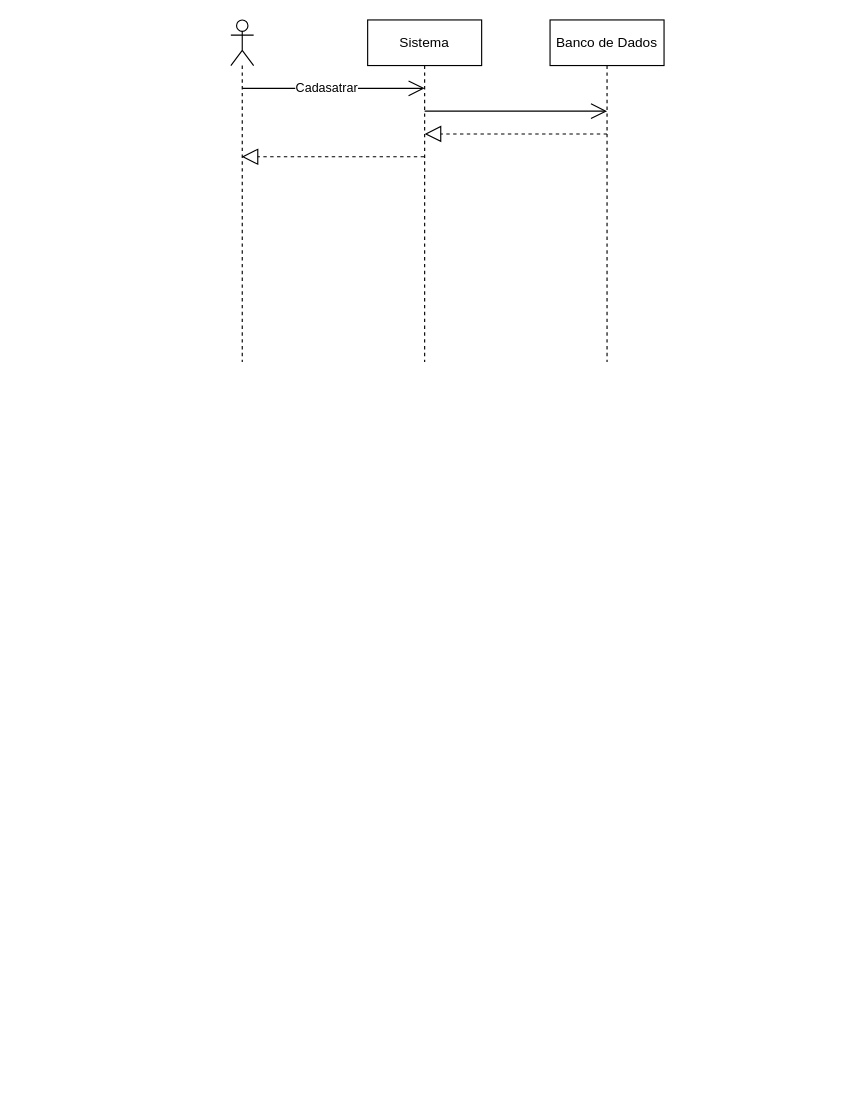
Above: page "Cadastrar Funcionário" (2 of 22) of diagramas/sequencias.drawio in lauraesilva-design/SistemaGest-o-Escolar (draw.io), before the change. Source tidied: cells renumbered, new cells numbered last; positions are measured from the earlier drawing's top-left corner, leaving out a move shared by most shapes. Both pictures are drawn from the tidied source at 114%, with x=0, y=0 at pixel (230, 19).
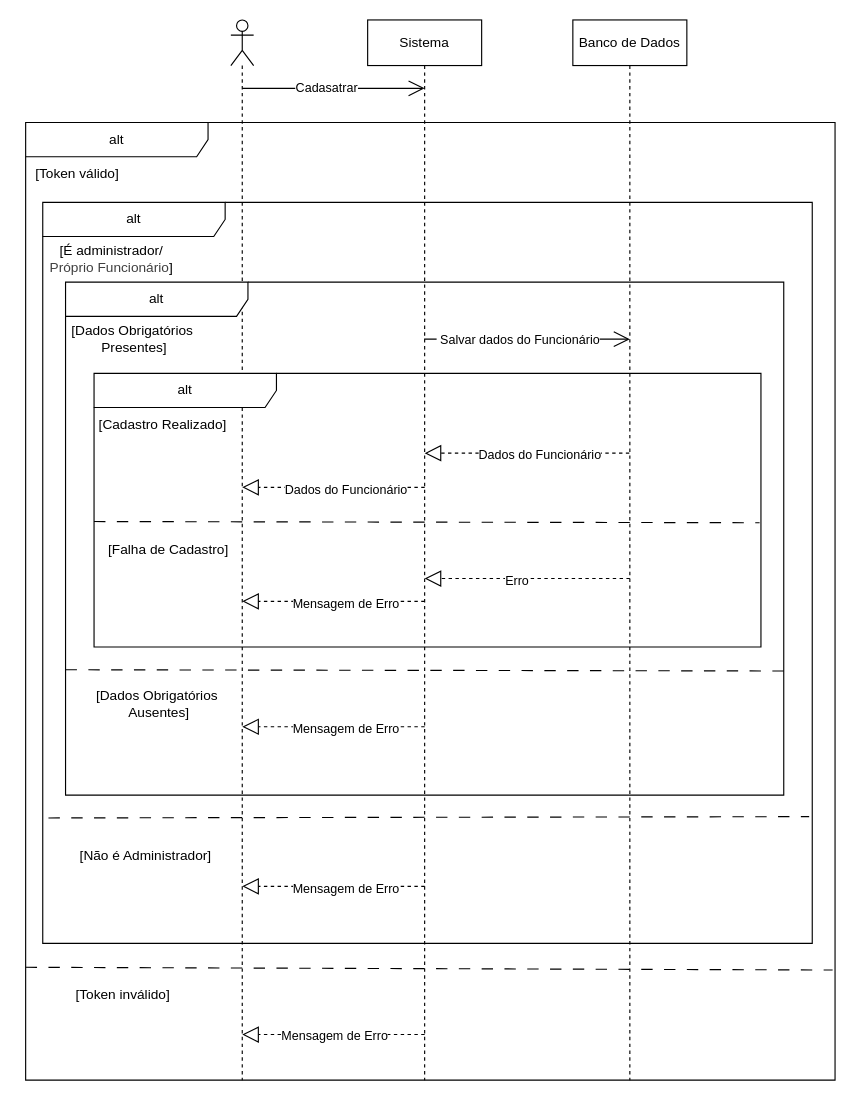
The same page after the edit.

The edit, as a diff of the source:
```diff
@@
     <mxCell id="2" style="shape=umlLifeline;perimeter=lifelinePerimeter;whiteSpace=wrap;html=1;outlineConnect=0;portConstraint=eastwest;newEdgeStyle={&quot;curved&quot;:0,&quot;rounded&quot;:0};participant=umlActor;" parent="1" vertex="1">
-      <mxGeometry width="20" height="300" as="geometry" />
+      <mxGeometry width="20" height="930" as="geometry" />
     </mxCell>
     <mxCell id="3" value="Sistema" style="shape=umlLifeline;perimeter=lifelinePerimeter;whiteSpace=wrap;html=1;outlineConnect=0;portConstraint=eastwest;newEdgeStyle={&quot;curved&quot;:0,&quot;rounded&quot;:0};" parent="1" vertex="1">
-      <mxGeometry x="120" width="100" height="300" as="geometry" />
+      <mxGeometry x="120" width="100" height="930" as="geometry" />
     </mxCell>
     <mxCell id="4" value="Banco de Dados" style="shape=umlLifeline;perimeter=lifelinePerimeter;whiteSpace=wrap;html=1;outlineConnect=0;portConstraint=eastwest;newEdgeStyle={&quot;curved&quot;:0,&quot;rounded&quot;:0};" parent="1" vertex="1">
-      <mxGeometry x="280" width="100" height="300" as="geometry" />
+      <mxGeometry x="300" width="100" height="930" as="geometry" />
     </mxCell>
@@
-    <mxCell id="7" style="endArrow=open;endFill=1;endSize=12;html=1;" parent="1" edge="1">
-      <mxGeometry relative="1" as="geometry">
-        <mxPoint x="170" y="80" as="sourcePoint" />
-        <mxPoint x="330" y="80" as="targetPoint" />
-      </mxGeometry>
-    </mxCell>
-    <mxCell id="8" style="endArrow=block;dashed=1;endFill=0;endSize=12;html=1;" parent="1" edge="1">
-      <mxGeometry relative="1" as="geometry">
-        <mxPoint x="330" y="100" as="sourcePoint" />
-        <mxPoint x="170" y="100" as="targetPoint" />
-      </mxGeometry>
-    </mxCell>
+    <mxCell id="10" value="alt" style="shape=umlFrame;whiteSpace=wrap;html=1;width=160;" parent="1" vertex="1">
+      <mxGeometry x="-180" y="90" width="710" height="840" as="geometry" />
+    </mxCell>
+    <mxCell id="11" value="[Token válido]" style="text;html=1;align=center;verticalAlign=middle;strokeColor=none;fillColor=none;" parent="10" vertex="1">
+      <mxGeometry x="-5" y="30" width="100" height="30" as="geometry" />
+    </mxCell>
+    <mxCell id="12" value="alt" style="shape=umlFrame;whiteSpace=wrap;html=1;width=160;" parent="10" vertex="1">
+      <mxGeometry x="15" y="70" width="675" height="650" as="geometry" />
+    </mxCell>
+    <mxCell id="13" value="alt" style="shape=umlFrame;whiteSpace=wrap;html=1;width=160;" parent="12" vertex="1">
+      <mxGeometry x="20" y="70" width="630" height="450" as="geometry" />
+    </mxCell>
+    <mxCell id="14" value="[Dados Obrigatórios&amp;nbsp;&lt;div&gt;Presentes]&lt;/div&gt;" style="text;html=1;align=center;verticalAlign=middle;strokeColor=none;fillColor=none;" parent="13" vertex="1">
+      <mxGeometry x="-5" y="30" width="130" height="40" as="geometry" />
+    </mxCell>
+    <mxCell id="15" value="alt" style="shape=umlFrame;whiteSpace=wrap;html=1;width=160;" parent="13" vertex="1">
+      <mxGeometry x="25" y="80" width="585" height="240" as="geometry" />
+    </mxCell>
+    <mxCell id="16" value="[Cadastro Realizado]" style="text;html=1;align=center;verticalAlign=middle;strokeColor=none;fillColor=none;" parent="15" vertex="1">
+      <mxGeometry x="-10" y="30" width="140" height="30" as="geometry" />
+    </mxCell>
+    <mxCell id="17" style="endArrow=open;endFill=1;endSize=12;html=1;" parent="15" edge="1" source="3">
+      <mxGeometry relative="1" as="geometry">
+        <mxPoint x="470" y="-30" as="targetPoint" />
+      </mxGeometry>
+    </mxCell>
+    <mxCell id="18" value="&amp;nbsp;Salvar dados do Funcionário" style="edgeLabel;html=1;align=center;verticalAlign=middle;" parent="17" vertex="1">
+      <mxGeometry x="-0.17" relative="1" as="geometry">
+        <mxPoint x="7" as="offset" />
+      </mxGeometry>
+    </mxCell>
-    <mxCell id="9" style="endArrow=block;dashed=1;endFill=0;endSize=12;html=1;" parent="1" edge="1" source="3" target="2">
+    <mxCell id="9" style="endArrow=block;dashed=1;endFill=0;endSize=12;html=1;" parent="15" edge="1" source="4">
       <mxGeometry relative="1" as="geometry">
+        <mxPoint x="290" y="70" as="targetPoint" />
         <Array as="points">
-          <mxPoint x="120" y="120" />
+          <mxPoint x="400.5" y="70" />
         </Array>
       </mxGeometry>
     </mxCell>
+    <mxCell id="19" value="Dados do Funcionário" style="edgeLabel;html=1;align=center;verticalAlign=middle;" parent="9" vertex="1">
+      <mxGeometry x="0.06" y="1" relative="1" as="geometry">
+        <mxPoint x="16" as="offset" />
+      </mxGeometry>
+    </mxCell>
+    <mxCell id="20" style="endArrow=block;dashed=1;endFill=0;endSize=12;html=1;" parent="15" edge="1">
+      <mxGeometry relative="1" as="geometry">
+        <mxPoint x="290" y="100" as="sourcePoint" />
+        <mxPoint x="130" y="100" as="targetPoint" />
+        <Array as="points">
+          <mxPoint x="240.5" y="100" />
+        </Array>
+      </mxGeometry>
+    </mxCell>
+    <mxCell id="21" value="Dados do Funcionário" style="edgeLabel;html=1;align=center;verticalAlign=middle;" parent="20" vertex="1">
+      <mxGeometry x="0.06" y="1" relative="1" as="geometry">
+        <mxPoint x="15" as="offset" />
+      </mxGeometry>
+    </mxCell>
+    <mxCell id="22" style="endArrow=none;startArrow=none;endFill=0;startFill=0;endSize=8;html=1;verticalAlign=bottom;dashed=1;labelBackgroundColor=none;dashPattern=10 10;entryX=0.998;entryY=0.546;entryDx=0;entryDy=0;entryPerimeter=0;" parent="15" edge="1" target="15">
+      <mxGeometry relative="1" as="geometry">
+        <mxPoint y="130" as="sourcePoint" />
+      </mxGeometry>
+    </mxCell>
+    <mxCell id="23" value="[Falha de Cadastro]" style="text;html=1;align=center;verticalAlign=middle;strokeColor=none;fillColor=none;" parent="15" vertex="1">
+      <mxGeometry y="140" width="130" height="30" as="geometry" />
+    </mxCell>
+    <mxCell id="24" style="endArrow=block;dashed=1;endFill=0;endSize=12;html=1;" parent="15" edge="1">
+      <mxGeometry relative="1" as="geometry">
+        <mxPoint x="470" y="180" as="sourcePoint" />
+        <mxPoint x="290" y="180" as="targetPoint" />
+        <Array as="points">
+          <mxPoint x="400.5" y="180" />
+        </Array>
+      </mxGeometry>
+    </mxCell>
+    <mxCell id="25" value="Erro" style="edgeLabel;html=1;align=center;verticalAlign=middle;" parent="24" vertex="1">
+      <mxGeometry x="0.06" y="1" relative="1" as="geometry">
+        <mxPoint x="-5" as="offset" />
+      </mxGeometry>
+    </mxCell>
+    <mxCell id="26" style="endArrow=block;dashed=1;endFill=0;endSize=12;html=1;" parent="15" edge="1">
+      <mxGeometry relative="1" as="geometry">
+        <mxPoint x="290" y="200" as="sourcePoint" />
+        <mxPoint x="130" y="200" as="targetPoint" />
+        <Array as="points">
+          <mxPoint x="240.5" y="200" />
+        </Array>
+      </mxGeometry>
+    </mxCell>
+    <mxCell id="27" value="Mensagem de Erro" style="edgeLabel;html=1;align=center;verticalAlign=middle;" parent="26" vertex="1">
+      <mxGeometry x="0.06" y="1" relative="1" as="geometry">
+        <mxPoint x="15" as="offset" />
+      </mxGeometry>
+    </mxCell>
+    <mxCell id="28" style="endArrow=none;startArrow=none;endFill=0;startFill=0;endSize=8;html=1;verticalAlign=bottom;dashed=1;labelBackgroundColor=none;dashPattern=10 10;entryX=1.003;entryY=0.758;entryDx=0;entryDy=0;entryPerimeter=0;" parent="13" edge="1" target="13">
+      <mxGeometry relative="1" as="geometry">
+        <mxPoint y="340" as="sourcePoint" />
+      </mxGeometry>
+    </mxCell>
+    <mxCell id="29" value="[Dados Obrigatórios&lt;div&gt;&amp;nbsp;Ausentes]&lt;/div&gt;" style="text;html=1;align=center;verticalAlign=middle;strokeColor=none;fillColor=none;" parent="13" vertex="1">
+      <mxGeometry x="15" y="350" width="130" height="40" as="geometry" />
+    </mxCell>
+    <mxCell id="30" style="endArrow=block;dashed=1;endFill=0;endSize=12;html=1;" parent="13" edge="1">
+      <mxGeometry relative="1" as="geometry">
+        <mxPoint x="315" y="390" as="sourcePoint" />
+        <mxPoint x="155" y="390" as="targetPoint" />
+        <Array as="points">
+          <mxPoint x="265.5" y="390" />
+        </Array>
+      </mxGeometry>
+    </mxCell>
+    <mxCell id="31" value="Mensagem de Erro" style="edgeLabel;html=1;align=center;verticalAlign=middle;" parent="30" vertex="1">
+      <mxGeometry x="0.06" y="1" relative="1" as="geometry">
+        <mxPoint x="15" as="offset" />
+      </mxGeometry>
+    </mxCell>
+    <mxCell id="32" value="[É administrador/&lt;br&gt;&lt;div&gt;&lt;span style=&quot;color: rgb(63, 63, 63); text-align: left; background-color: transparent;&quot;&gt;Próprio Funcionário&lt;/span&gt;]&lt;/div&gt;" style="text;html=1;align=center;verticalAlign=middle;strokeColor=none;fillColor=none;" parent="12" vertex="1">
+      <mxGeometry x="-5" y="30" width="130" height="40" as="geometry" />
+    </mxCell>
+    <mxCell id="33" style="endArrow=block;dashed=1;endFill=0;endSize=12;html=1;" parent="12" edge="1">
+      <mxGeometry relative="1" as="geometry">
+        <mxPoint x="335" y="600" as="sourcePoint" />
+        <mxPoint x="175" y="600" as="targetPoint" />
+        <Array as="points">
+          <mxPoint x="285.5" y="600" />
+        </Array>
+      </mxGeometry>
+    </mxCell>
+    <mxCell id="34" value="Mensagem de Erro" style="edgeLabel;html=1;align=center;verticalAlign=middle;" parent="33" vertex="1">
+      <mxGeometry x="0.06" y="1" relative="1" as="geometry">
+        <mxPoint x="15" as="offset" />
+      </mxGeometry>
+    </mxCell>
+    <mxCell id="35" value="[Não é Administrador]" style="text;html=1;align=center;verticalAlign=middle;strokeColor=none;fillColor=none;" parent="12" vertex="1">
+      <mxGeometry x="20" y="558" width="140" height="30" as="geometry" />
+    </mxCell>
+    <mxCell id="36" style="endArrow=block;dashed=1;endFill=0;endSize=12;html=1;" parent="10" edge="1">
+      <mxGeometry relative="1" as="geometry">
+        <mxPoint x="350" y="800" as="sourcePoint" />
+        <mxPoint x="190" y="800" as="targetPoint" />
+        <Array as="points">
+          <mxPoint x="300.5" y="800" />
+        </Array>
+      </mxGeometry>
+    </mxCell>
+    <mxCell id="37" value="Mensagem de Erro" style="edgeLabel;html=1;align=center;verticalAlign=middle;" parent="36" vertex="1">
+      <mxGeometry x="0.06" y="1" relative="1" as="geometry">
+        <mxPoint x="5" y="-1" as="offset" />
+      </mxGeometry>
+    </mxCell>
+    <mxCell id="38" style="endArrow=none;startArrow=none;endFill=0;startFill=0;endSize=8;html=1;verticalAlign=bottom;dashed=1;labelBackgroundColor=none;dashPattern=10 10;entryX=0.996;entryY=0.829;entryDx=0;entryDy=0;entryPerimeter=0;" parent="10" edge="1" target="12">
+      <mxGeometry relative="1" as="geometry">
+        <mxPoint x="20" y="610" as="sourcePoint" />
+      </mxGeometry>
+    </mxCell>
+    <mxCell id="39" value="[Token inválido]" style="text;html=1;align=center;verticalAlign=middle;strokeColor=none;fillColor=none;" parent="10" vertex="1">
+      <mxGeometry x="30" y="750" width="110" height="30" as="geometry" />
+    </mxCell>
+    <mxCell id="40" style="endArrow=none;startArrow=none;endFill=0;startFill=0;endSize=8;html=1;verticalAlign=bottom;dashed=1;labelBackgroundColor=none;dashPattern=10 10;entryX=0.997;entryY=0.885;entryDx=0;entryDy=0;entryPerimeter=0;" parent="10" edge="1" target="10">
+      <mxGeometry relative="1" as="geometry">
+        <mxPoint y="741" as="sourcePoint" />
+      </mxGeometry>
+    </mxCell>
```
